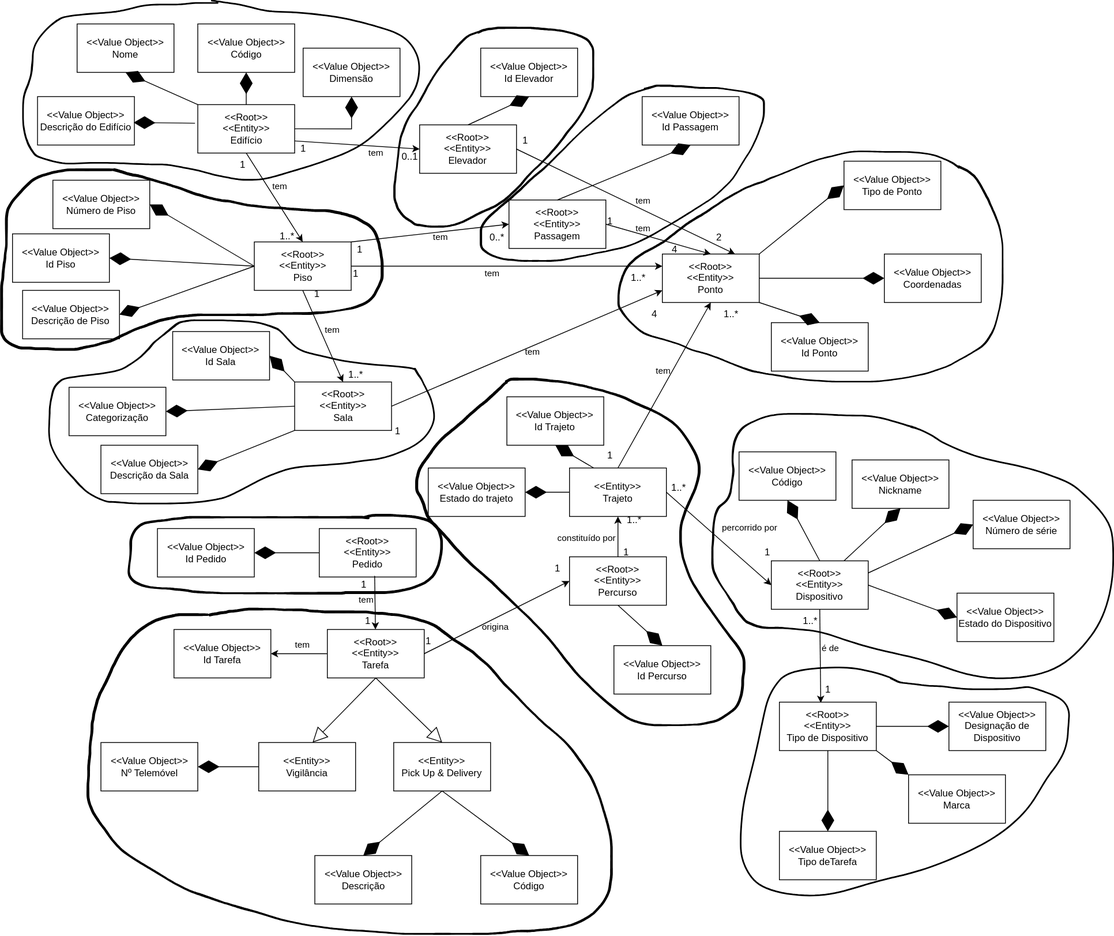
This is docs/DM/DM.svg from SEM5PI2324G58/sem5pi_g58_23_24, a draw.io export, as it was before one commit. Source tidied: cells renumbered, new cells last; positions are measured from the earlier drawing's top-left corner, leaving out a move shared by most shapes.
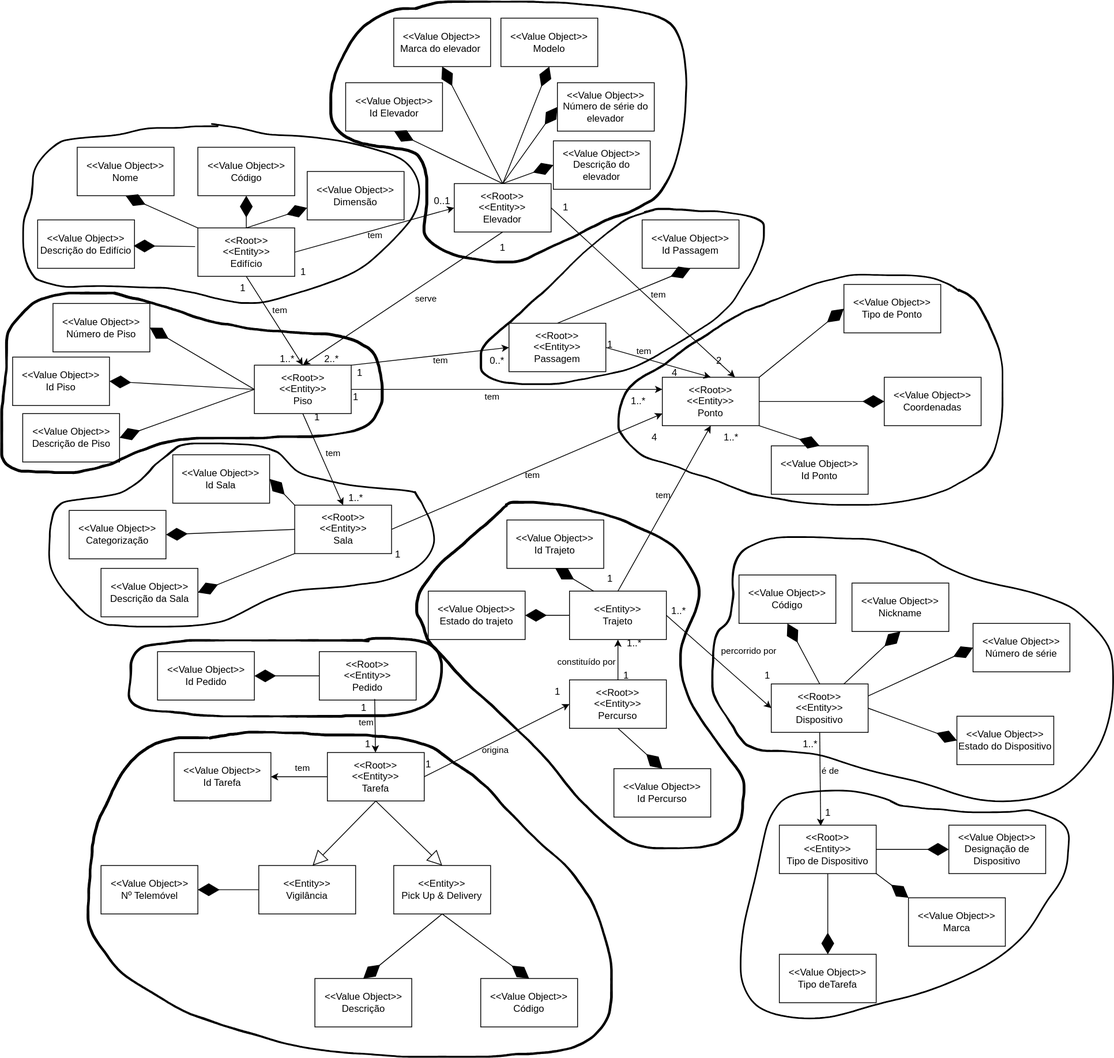
The same file after the commit.

Commit message:
Adção dos novos value objects da entidade elevador ao DM

Diff of the diagram source:
```diff
@@ -151,7 +151,7 @@
       <mxGeometry x="377.4" y="349" width="30" height="30" as="geometry" />
     </mxCell>
     <mxCell id="46" value="0..1" style="text;html=1;align=center;verticalAlign=middle;strokeColor=none;fillColor=none;" parent="1" vertex="1">
-      <mxGeometry x="487.2" y="179" width="40" height="30" as="geometry" />
+      <mxGeometry x="527.2" y="81.1" width="40" height="30" as="geometry" />
     </mxCell>
     <mxCell id="47" value="1" style="text;html=1;align=center;verticalAlign=middle;strokeColor=none;fillColor=none;" parent="1" vertex="1">
       <mxGeometry x="740" y="259" width="30" height="30" as="geometry" />
@@ -194,7 +194,7 @@
       <mxGeometry x="364.5" y="472.5" width="120" height="60" as="geometry" />
     </mxCell>
     <mxCell id="59" value="&amp;lt;&amp;lt;Root&amp;gt;&amp;gt;&lt;br&gt;&amp;lt;&amp;lt;Entity&amp;gt;&amp;gt;&lt;br&gt;Elevador" style="rounded=0;whiteSpace=wrap;html=1;" parent="1" vertex="1">
-      <mxGeometry x="519.3" y="154" width="120" height="60" as="geometry" />
+      <mxGeometry x="562.2" y="74" width="120" height="60" as="geometry" />
     </mxCell>
     <mxCell id="60" style="endArrow=classic;html=1;rounded=0;entryX=0.5;entryY=0;entryDx=0;entryDy=0;exitX=0.5;exitY=1;exitDx=0;exitDy=0;" parent="1" edge="1" source="22" target="58">
       <mxGeometry relative="1" as="geometry" />
@@ -204,12 +204,12 @@
         <mxPoint x="16" as="offset" />
       </mxGeometry>
     </mxCell>
-    <mxCell id="62" style="endArrow=classic;html=1;rounded=0;entryX=0;entryY=0.5;entryDx=0;entryDy=0;exitX=1;exitY=0.75;exitDx=0;exitDy=0;" parent="1" edge="1" source="21" target="59">
+    <mxCell id="62" style="endArrow=classic;html=1;rounded=0;entryX=0;entryY=0.5;entryDx=0;entryDy=0;exitX=1;exitY=0.5;exitDx=0;exitDy=0;" parent="1" edge="1" source="21" target="59">
       <mxGeometry relative="1" as="geometry" />
     </mxCell>
     <mxCell id="63" value="tem" style="edgeLabel;html=1;align=center;verticalAlign=middle;labelBackgroundColor=none;" parent="62" vertex="1">
       <mxGeometry x="-0.09" y="2" relative="1" as="geometry">
-        <mxPoint x="29" y="12" as="offset" />
+        <mxPoint x="9" y="6" as="offset" />
       </mxGeometry>
     </mxCell>
     <mxCell id="64" value="0..*" style="text;html=1;align=center;verticalAlign=middle;strokeColor=none;fillColor=none;" parent="1" vertex="1">
@@ -272,7 +272,7 @@
       <mxGeometry x="795" y="119" width="120" height="60" as="geometry" />
     </mxCell>
     <mxCell id="83" value="&amp;lt;&amp;lt;Value Object&amp;gt;&amp;gt;&lt;br style=&quot;border-color: var(--border-color);&quot;&gt;Id Elevador" style="rounded=0;whiteSpace=wrap;html=1;" parent="1" vertex="1">
-      <mxGeometry x="595" y="59" width="120" height="60" as="geometry" />
+      <mxGeometry x="427.6" y="-51" width="120" height="60" as="geometry" />
     </mxCell>
     <mxCell id="84" style="endArrow=diamondThin;endFill=1;endSize=24;html=1;rounded=0;exitX=0.5;exitY=0;exitDx=0;exitDy=0;entryX=0.5;entryY=1;entryDx=0;entryDy=0;" parent="1" edge="1" source="26" target="82">
       <mxGeometry relative="1" as="geometry" />
@@ -304,9 +304,6 @@
     <mxCell id="93" style="endArrow=diamondThin;endFill=1;endSize=24;html=1;rounded=0;exitX=0.5;exitY=1;exitDx=0;exitDy=0;entryX=0.5;entryY=0;entryDx=0;entryDy=0;" parent="1" edge="1" source="9" target="90">
       <mxGeometry relative="1" as="geometry" />
     </mxCell>
-    <mxCell id="94" style="shape=(stored shape, 11376 characters);lineShape=1;" parent="1" vertex="1">
-      <mxGeometry x="487.2" y="32.8" width="248" height="248" as="geometry" />
-    </mxCell>
     <mxCell id="95" value="1..*" style="text;html=1;align=center;verticalAlign=middle;strokeColor=none;fillColor=none;" parent="1" vertex="1">
       <mxGeometry x="820" y="589" width="40" height="30" as="geometry" />
     </mxCell>
@@ -338,14 +335,10 @@
       <mxGeometry relative="1" as="geometry" />
     </mxCell>
     <mxCell id="105" value="&amp;lt;&amp;lt;Value Object&amp;gt;&amp;gt;&lt;br style=&quot;border-color: var(--border-color);&quot;&gt;Dimensão" style="rounded=0;whiteSpace=wrap;html=1;" parent="1" vertex="1">
-      <mxGeometry x="375" y="59" width="120" height="60" as="geometry" />
+      <mxGeometry x="380" y="59" width="120" height="60" as="geometry" />
     </mxCell>
-    <mxCell id="106" style="endArrow=diamondThin;endFill=1;endSize=24;html=1;rounded=0;entryX=0.5;entryY=1;entryDx=0;entryDy=0;exitX=1;exitY=0.5;exitDx=0;exitDy=0;" parent="1" edge="1" source="21" target="105">
-      <mxGeometry relative="1" as="geometry">
-        <Array as="points">
-          <mxPoint x="435" y="159" />
-        </Array>
-      </mxGeometry>
+    <mxCell id="106" style="endArrow=diamondThin;endFill=1;endSize=24;html=1;rounded=0;entryX=0;entryY=0.75;entryDx=0;entryDy=0;exitX=0.5;exitY=0;exitDx=0;exitDy=0;" parent="1" edge="1" source="21" target="105">
+      <mxGeometry relative="1" as="geometry" />
     </mxCell>
     <mxCell id="107" style="endArrow=diamondThin;endFill=1;endSize=24;html=1;rounded=0;entryX=1;entryY=0.5;entryDx=0;entryDy=0;exitX=0;exitY=0.5;exitDx=0;exitDy=0;" parent="1" edge="1" source="22" target="108">
       <mxGeometry relative="1" as="geometry" />
@@ -401,7 +394,7 @@
       </mxGeometry>
     </mxCell>
     <mxCell id="124" value="1" style="text;html=1;align=center;verticalAlign=middle;strokeColor=none;fillColor=none;" parent="1" vertex="1">
-      <mxGeometry x="635" y="158.9" width="30" height="30" as="geometry" />
+      <mxGeometry x="685" y="89" width="30" height="30" as="geometry" />
     </mxCell>
     <mxCell id="125" value="2" style="text;html=1;align=center;verticalAlign=middle;strokeColor=none;fillColor=none;" parent="1" vertex="1">
       <mxGeometry x="875" y="279" width="30" height="30" as="geometry" />
@@ -459,5 +452,46 @@
     <mxCell id="142" style="shape=(stored shape, 14048 characters);lineShape=1;" parent="1" vertex="1">
       <mxGeometry x="514.3" y="467.6" width="408.1" height="430.8" as="geometry" />
     </mxCell>
+    <mxCell id="143" style="endArrow=classic;html=1;rounded=0;entryX=0.5;entryY=0;entryDx=0;entryDy=0;exitX=0.5;exitY=1;exitDx=0;exitDy=0;" parent="1" edge="1" source="59" target="22">
+      <mxGeometry relative="1" as="geometry" />
+    </mxCell>
+    <mxCell id="144" value="serve" style="edgeLabel;html=1;align=center;verticalAlign=middle;labelBackgroundColor=none;" parent="143" vertex="1">
+      <mxGeometry x="-0.07" y="1" relative="1" as="geometry">
+        <mxPoint x="19" y="5" as="offset" />
+      </mxGeometry>
+    </mxCell>
+    <mxCell id="145" value="1" style="text;html=1;align=center;verticalAlign=middle;strokeColor=none;fillColor=none;" parent="1" vertex="1">
+      <mxGeometry x="607.2" y="139" width="30" height="30" as="geometry" />
+    </mxCell>
+    <mxCell id="146" value="2..*" style="text;html=1;align=center;verticalAlign=middle;strokeColor=none;fillColor=none;" parent="1" vertex="1">
+      <mxGeometry x="390" y="277.1" width="40" height="30" as="geometry" />
+    </mxCell>
+    <mxCell id="147" value="&amp;lt;&amp;lt;Value Object&amp;gt;&amp;gt;&lt;br style=&quot;border-color: var(--border-color);&quot;&gt;Marca do elevador&amp;nbsp;" style="rounded=0;whiteSpace=wrap;html=1;" parent="1" vertex="1">
+      <mxGeometry x="487.2" y="-131" width="120" height="60" as="geometry" />
+    </mxCell>
+    <mxCell id="148" value="&amp;lt;&amp;lt;Value Object&amp;gt;&amp;gt;&lt;br style=&quot;border-color: var(--border-color);&quot;&gt;Descrição do elevador" style="rounded=0;whiteSpace=wrap;html=1;" parent="1" vertex="1">
+      <mxGeometry x="685" y="21.1" width="120" height="60" as="geometry" />
+    </mxCell>
+    <mxCell id="149" value="&amp;lt;&amp;lt;Value Object&amp;gt;&amp;gt;&lt;br style=&quot;border-color: var(--border-color);&quot;&gt;Modelo" style="rounded=0;whiteSpace=wrap;html=1;" parent="1" vertex="1">
+      <mxGeometry x="620" y="-131" width="120" height="60" as="geometry" />
+    </mxCell>
+    <mxCell id="150" value="&amp;lt;&amp;lt;Value Object&amp;gt;&amp;gt;&lt;br style=&quot;border-color: var(--border-color);&quot;&gt;Número de série do elevador" style="rounded=0;whiteSpace=wrap;html=1;" parent="1" vertex="1">
+      <mxGeometry x="690" y="-51" width="120" height="60" as="geometry" />
+    </mxCell>
+    <mxCell id="151" style="endArrow=diamondThin;endFill=1;endSize=24;html=1;rounded=0;exitX=0.5;exitY=0;exitDx=0;exitDy=0;entryX=0.5;entryY=1;entryDx=0;entryDy=0;" parent="1" edge="1" source="59" target="147">
+      <mxGeometry relative="1" as="geometry" />
+    </mxCell>
+    <mxCell id="152" style="endArrow=diamondThin;endFill=1;endSize=24;html=1;rounded=0;exitX=0.5;exitY=0;exitDx=0;exitDy=0;entryX=0.5;entryY=1;entryDx=0;entryDy=0;" parent="1" edge="1" source="59" target="149">
+      <mxGeometry relative="1" as="geometry" />
+    </mxCell>
+    <mxCell id="153" style="endArrow=diamondThin;endFill=1;endSize=24;html=1;rounded=0;exitX=0.5;exitY=0;exitDx=0;exitDy=0;entryX=0;entryY=0.5;entryDx=0;entryDy=0;" parent="1" edge="1" source="59" target="150">
+      <mxGeometry relative="1" as="geometry" />
+    </mxCell>
+    <mxCell id="154" style="endArrow=diamondThin;endFill=1;endSize=24;html=1;rounded=0;exitX=0.5;exitY=0;exitDx=0;exitDy=0;entryX=0;entryY=0.5;entryDx=0;entryDy=0;" parent="1" edge="1" source="59" target="148">
+      <mxGeometry relative="1" as="geometry" />
+    </mxCell>
+    <mxCell id="155" style="shape=(stored shape, 12228 characters);lineShape=1;" parent="1" vertex="1">
+      <mxGeometry x="407.9" y="-152.5" width="442.5" height="324.9" as="geometry" />
+    </mxCell>
   </root>
 </mxGraphModel>
```
